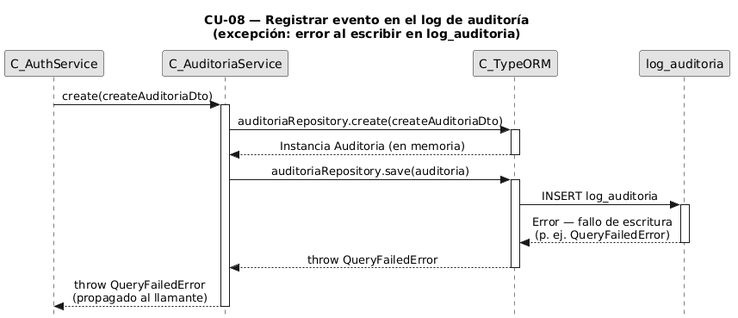
FSM-Finet-y-Cable-Magico/Team_1-Inventario-y-Bodega keeps this PlantUML diagram as diagramas-secuencia/CU08/CU08-exc-error-escritura.png. Above is the earlier version. Source of this version:
```plantuml
@startuml
title CU-08 — Registrar evento en el log de auditoría\n(excepción: error al escribir en log_auditoria)

skinparam style strictuml
skinparam monochrome true
skinparam shadowing false
skinparam sequenceMessageAlign center
skinparam sequence {
  MessageAlign center
  LifeLineBorderColor black
}
hide footbox

participant "C_AuthService" as caller
participant "C_AuditoriaService" as aud
participant "C_TypeORM" as orm
participant "log_auditoria" as aent

caller -> aud : create(createAuditoriaDto)
activate aud

aud -> orm : auditoriaRepository.create(createAuditoriaDto)
activate orm
orm --> aud : Instancia Auditoria (en memoria)
deactivate orm

aud -> orm : auditoriaRepository.save(auditoria)
activate orm

orm -> aent : INSERT log_auditoria
activate aent
aent --> orm : Error — fallo de escritura\n(p. ej. QueryFailedError)
deactivate aent

orm --> aud : throw QueryFailedError
deactivate orm

aud --> caller : throw QueryFailedError\n(propagado al llamante)
deactivate aud
@enduml
```
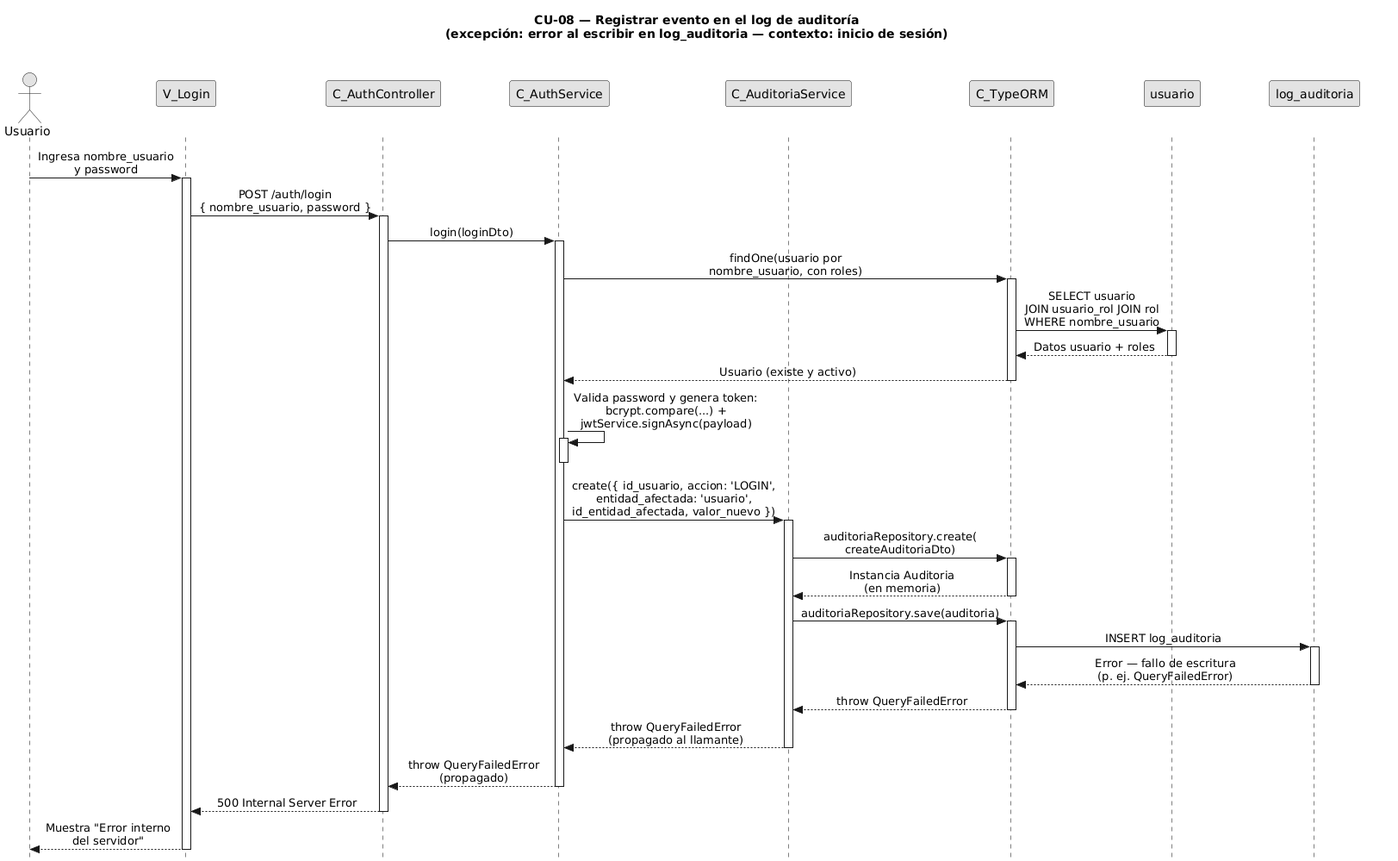
The same diagram one commit later.

What changed in the source:
```diff
@@ -1,27 +1,65 @@
-@startuml
-title CU-08 — Registrar evento en el log de auditoría\n(excepción: error al escribir en log_auditoria)
+@startuml CU08-exc-error-escritura
+title CU-08 — Registrar evento en el log de auditoría\n(excepción: error al escribir en log_auditoria — contexto: inicio de sesión)
 
 skinparam style strictuml
 skinparam monochrome true
 skinparam shadowing false
 skinparam sequenceMessageAlign center
+<style>
+sequenceDiagram {
+  participant {
+    Margin 35
+  }
+  actor {
+    Margin 15
+  }
+}
+</style>
 skinparam sequence {
   MessageAlign center
   LifeLineBorderColor black
 }
 hide footbox
 
+actor "Usuario" as user
+participant "V_Login" as view
+participant "C_AuthController" as ctrl
 participant "C_AuthService" as caller
 participant "C_AuditoriaService" as aud
 participant "C_TypeORM" as orm
+participant "usuario" as uent
 participant "log_auditoria" as aent
 
-caller -> aud : create(createAuditoriaDto)
+user -> view : Ingresa nombre_usuario\ny password
+activate view
+
+view -> ctrl : POST /auth/login\n{ nombre_usuario, password }
+activate ctrl
+
+ctrl -> caller : login(loginDto)
+activate caller
+
+caller -> orm : findOne(usuario por\nnombre_usuario, con roles)
+activate orm
+
+orm -> uent : SELECT usuario\nJOIN usuario_rol JOIN rol\nWHERE nombre_usuario
+activate uent
+uent --> orm : Datos usuario + roles
+deactivate uent
+
+orm --> caller : Usuario (existe y activo)
+deactivate orm
+
+caller -> caller : Valida password y genera token:\nbcrypt.compare(...) +\njwtService.signAsync(payload)
+activate caller
+deactivate caller
+
+caller -> aud : create({ id_usuario, accion: 'LOGIN',\nentidad_afectada: 'usuario',\nid_entidad_afectada, valor_nuevo })
 activate aud
 
-aud -> orm : auditoriaRepository.create(createAuditoriaDto)
+aud -> orm : auditoriaRepository.create(\ncreateAuditoriaDto)
 activate orm
-orm --> aud : Instancia Auditoria (en memoria)
+orm --> aud : Instancia Auditoria\n(en memoria)
 deactivate orm
 
 aud -> orm : auditoriaRepository.save(auditoria)
@@ -37,4 +75,14 @@
 
 aud --> caller : throw QueryFailedError\n(propagado al llamante)
 deactivate aud
+
+caller --> ctrl : throw QueryFailedError\n(propagado)
+deactivate caller
+
+ctrl --> view : 500 Internal Server Error
+deactivate ctrl
+
+view --> user : Muestra "Error interno\ndel servidor"
+deactivate view
+
 @enduml
```
